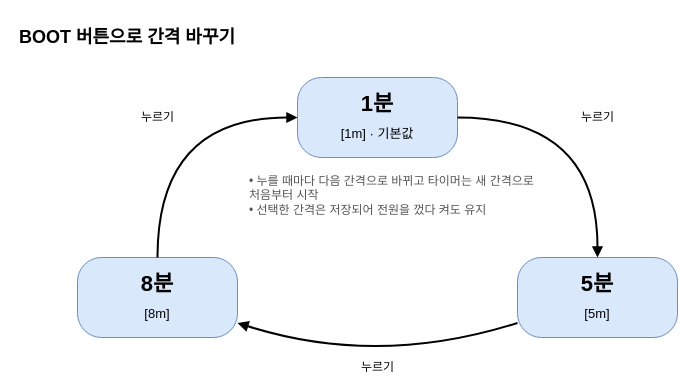
Above: docs/diagrams/button-cycle.drawio in elllight/pccaffeine_kbd (draw.io), before the change. Source tidied: cells renumbered, new cells numbered last; positions are measured from the earlier drawing's top-left corner, leaving out a move shared by most shapes. Both pictures are drawn from the tidied source at 100%, with x=0, y=0 at pixel (17, 17).
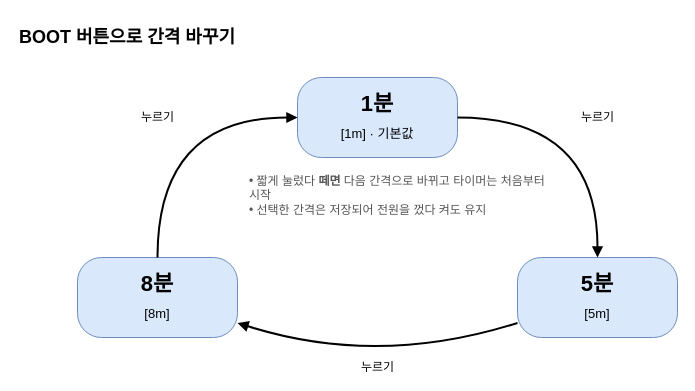
The same diagram, later.

The edit, as a diff of the source:
```diff
@@
 <mxGraphModel background="#ffffff">
   <root>
     <mxCell id="0" />
     <mxCell id="1" parent="0" />
     <mxCell id="2" value="BOOT 버튼으로 간격 바꾸기" style="text;html=1;align=left;verticalAlign=middle;fontStyle=1;fontFamily=Helvetica;fontSize=13;fontSize=18;" parent="1" vertex="1">
       <mxGeometry width="500" height="40" as="geometry" />
     </mxCell>
     <mxCell id="3" value="1분&lt;br&gt;&lt;span style='font-size:13px;font-weight:normal'&gt;[1m] · 기본값&lt;/span&gt;" style="rounded=1;whiteSpace=wrap;html=1;arcSize=30;fontFamily=Helvetica;fontSize=13;fillColor=#dae8fc;strokeColor=#6c8ebf;fontSize=22;fontStyle=1;" parent="1" vertex="1">
       <mxGeometry x="280" y="60" width="160" height="80" as="geometry" />
     </mxCell>
     <mxCell id="4" value="5분&lt;br&gt;&lt;span style='font-size:13px;font-weight:normal'&gt;[5m]&lt;/span&gt;" style="rounded=1;whiteSpace=wrap;html=1;arcSize=30;fontFamily=Helvetica;fontSize=13;fillColor=#dae8fc;strokeColor=#6c8ebf;fontSize=22;fontStyle=1;" parent="1" vertex="1">
       <mxGeometry x="500" y="240" width="160" height="80" as="geometry" />
     </mxCell>
     <mxCell id="5" value="8분&lt;br&gt;&lt;span style='font-size:13px;font-weight:normal'&gt;[8m]&lt;/span&gt;" style="rounded=1;whiteSpace=wrap;html=1;arcSize=30;fontFamily=Helvetica;fontSize=13;fillColor=#dae8fc;strokeColor=#6c8ebf;fontSize=22;fontStyle=1;" parent="1" vertex="1">
       <mxGeometry x="60" y="240" width="160" height="80" as="geometry" />
     </mxCell>
     <mxCell id="6" value="누르기" style="edgeStyle=none;rounded=1;html=1;endArrow=block;endFill=1;fontFamily=Helvetica;fontSize=13;fontSize=12;labelBackgroundColor=#ffffff;curved=1;strokeWidth=2;" parent="1" edge="1" source="3" target="4">
       <mxGeometry relative="1" as="geometry">
         <Array as="points">
           <mxPoint x="580" y="100" />
         </Array>
       </mxGeometry>
     </mxCell>
     <mxCell id="7" value="누르기" style="edgeStyle=none;rounded=1;html=1;endArrow=block;endFill=1;fontFamily=Helvetica;fontSize=13;fontSize=12;labelBackgroundColor=#ffffff;curved=1;strokeWidth=2;" parent="1" edge="1" source="4" target="5">
       <mxGeometry relative="1" as="geometry">
         <Array as="points">
           <mxPoint x="360" y="350" />
         </Array>
       </mxGeometry>
     </mxCell>
     <mxCell id="8" value="누르기" style="edgeStyle=none;rounded=1;html=1;endArrow=block;endFill=1;fontFamily=Helvetica;fontSize=13;fontSize=12;labelBackgroundColor=#ffffff;curved=1;strokeWidth=2;" parent="1" edge="1" source="5" target="3">
       <mxGeometry relative="1" as="geometry">
         <Array as="points">
           <mxPoint x="140" y="100" />
         </Array>
       </mxGeometry>
     </mxCell>
-    <mxCell id="9" value="• 누를 때마다 다음 간격으로 바뀌고 타이머는 새 간격으로 처음부터 시작&lt;br&gt;• 선택한 간격은 저장되어 전원을 껐다 켜도 유지" style="text;html=1;align=left;verticalAlign=top;whiteSpace=wrap;fontFamily=Helvetica;fontSize=13;fontSize=12;fontColor=#555555;" parent="1" vertex="1">
+    <mxCell id="9" value="• 짧게 눌렀다 &lt;b&gt;떼면&lt;/b&gt; 다음 간격으로 바뀌고 타이머는 처음부터 시작&lt;br&gt;• 선택한 간격은 저장되어 전원을 껐다 켜도 유지" style="text;html=1;align=left;verticalAlign=top;whiteSpace=wrap;fontFamily=Helvetica;fontSize=13;fontSize=12;fontColor=#555555;" parent="1" vertex="1">
       <mxGeometry x="230" y="150" width="300" height="70" as="geometry" />
     </mxCell>
   </root>
 </mxGraphModel>
```
